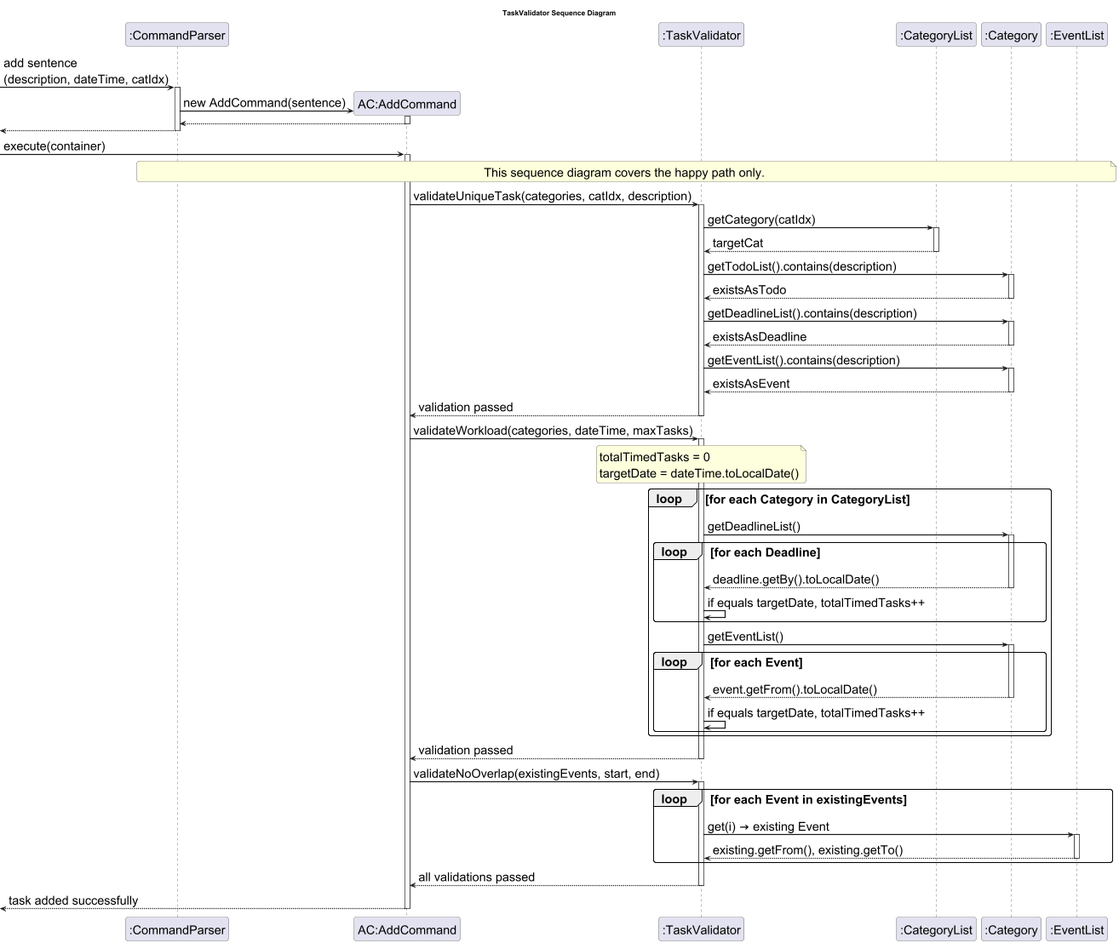
This is docs/pictures/TaskValidatorSequence.png from AY2526S2-CS2113-T14-3/tp, a PlantUML export, as it was before one commit.
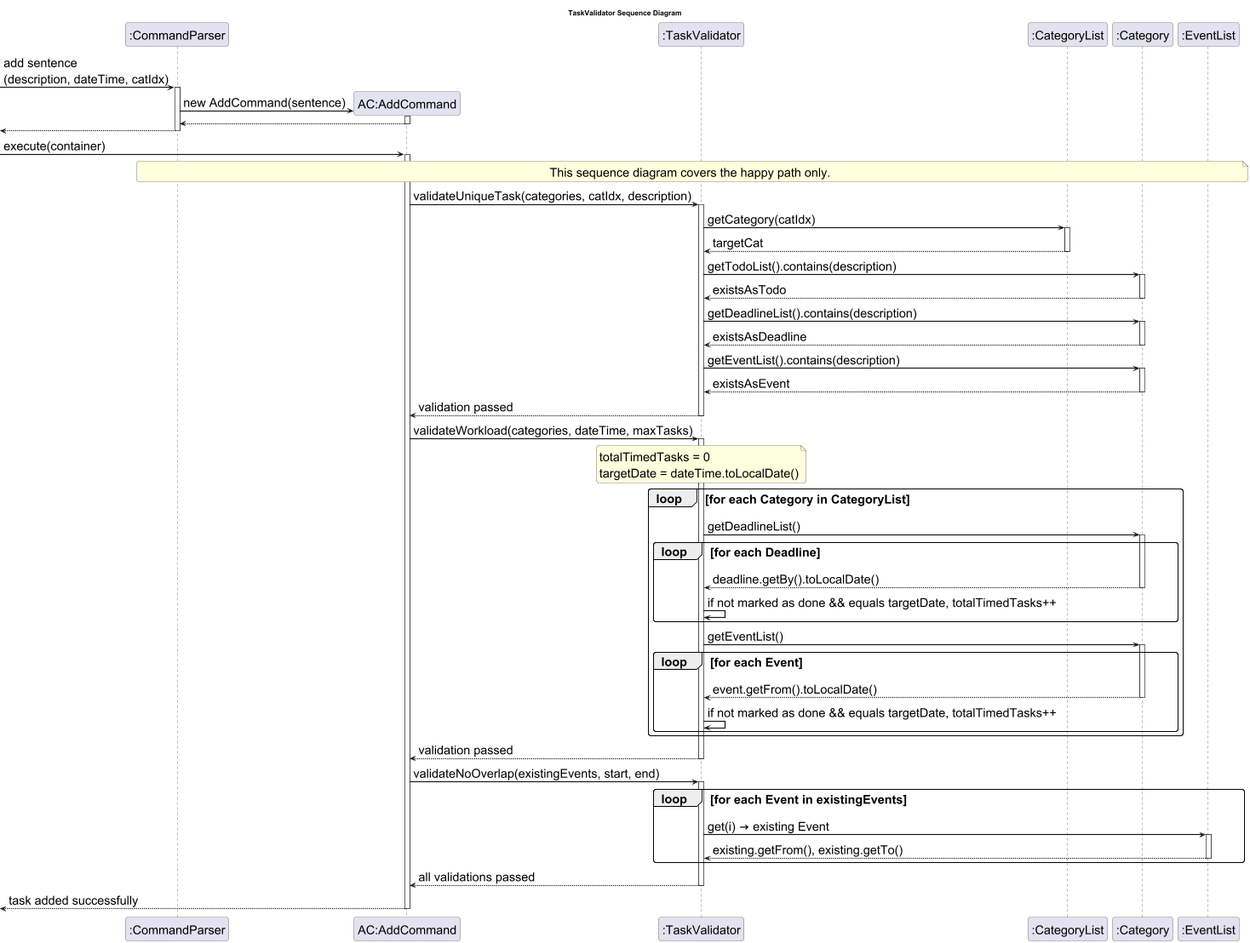
After the change.

Commit message:
Minor updates to Deadline class diagram and TaskValidator sequence diagram due to code change

Diff of the diagram source:
```diff
@@ -67,7 +67,7 @@
     loop for each Deadline
         CAT --> TV : deadline.getBy().toLocalDate()
         deactivate CAT
-        TV -> TV : if equals targetDate, totalTimedTasks++
+        TV -> TV : if not marked as done && equals targetDate, totalTimedTasks++
     end
 
     TV -> CAT : getEventList()
@@ -75,7 +75,7 @@
     loop for each Event
         CAT --> TV : event.getFrom().toLocalDate()
         deactivate CAT
-        TV -> TV : if equals targetDate, totalTimedTasks++
+        TV -> TV : if not marked as done && equals targetDate, totalTimedTasks++
     end
     deactivate CAT
 end
```
